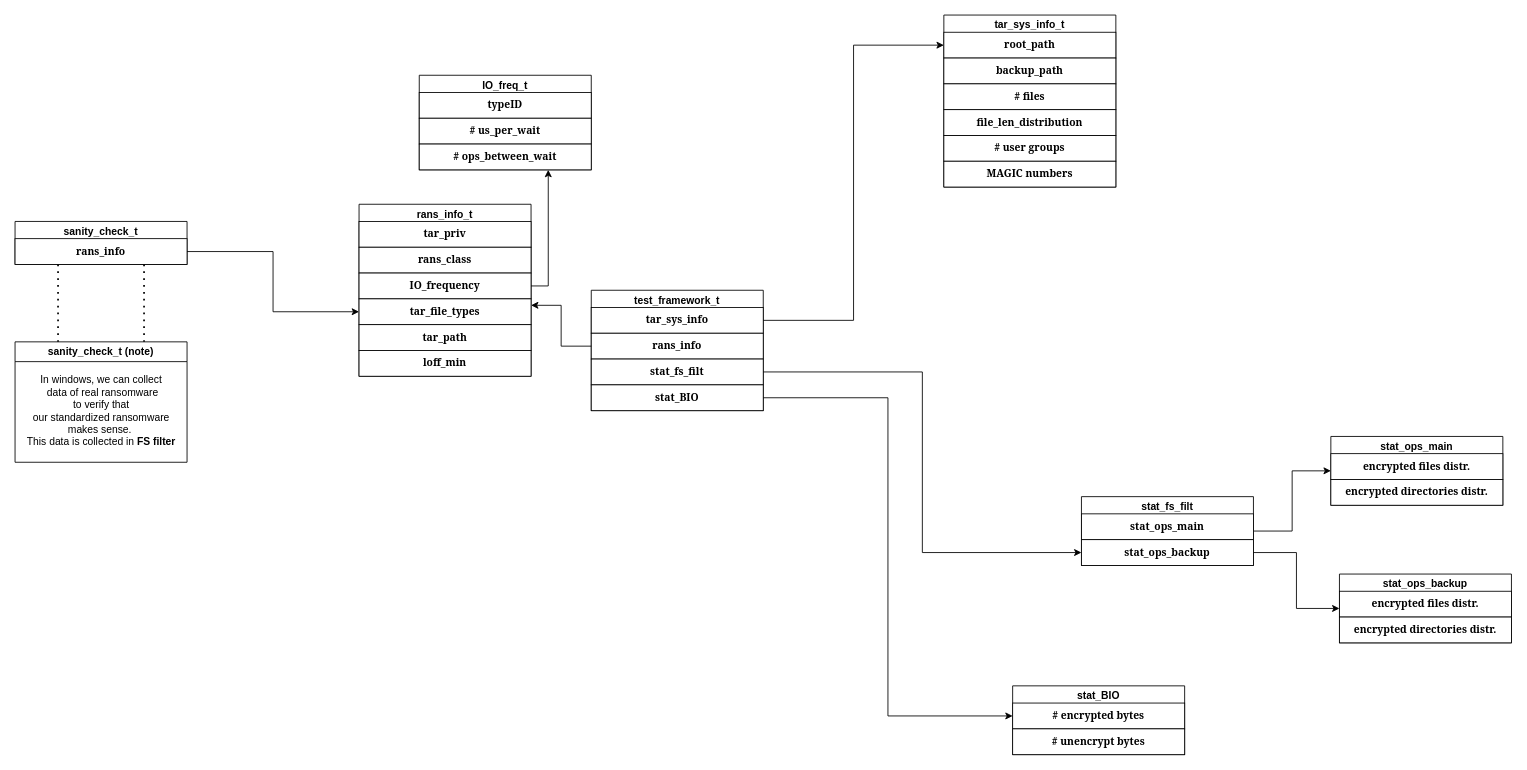
The draw.io diagram imgs/data structure.drawio in MooMooHorse/ransomware_set, before the edit. Source tidied: cells renumbered, new cells numbered last; positions are measured from the earlier drawing's top-left corner, leaving out a move shared by most shapes. Both pictures are drawn from the tidied source at 86%, with x=0, y=0 at pixel (15, 15).
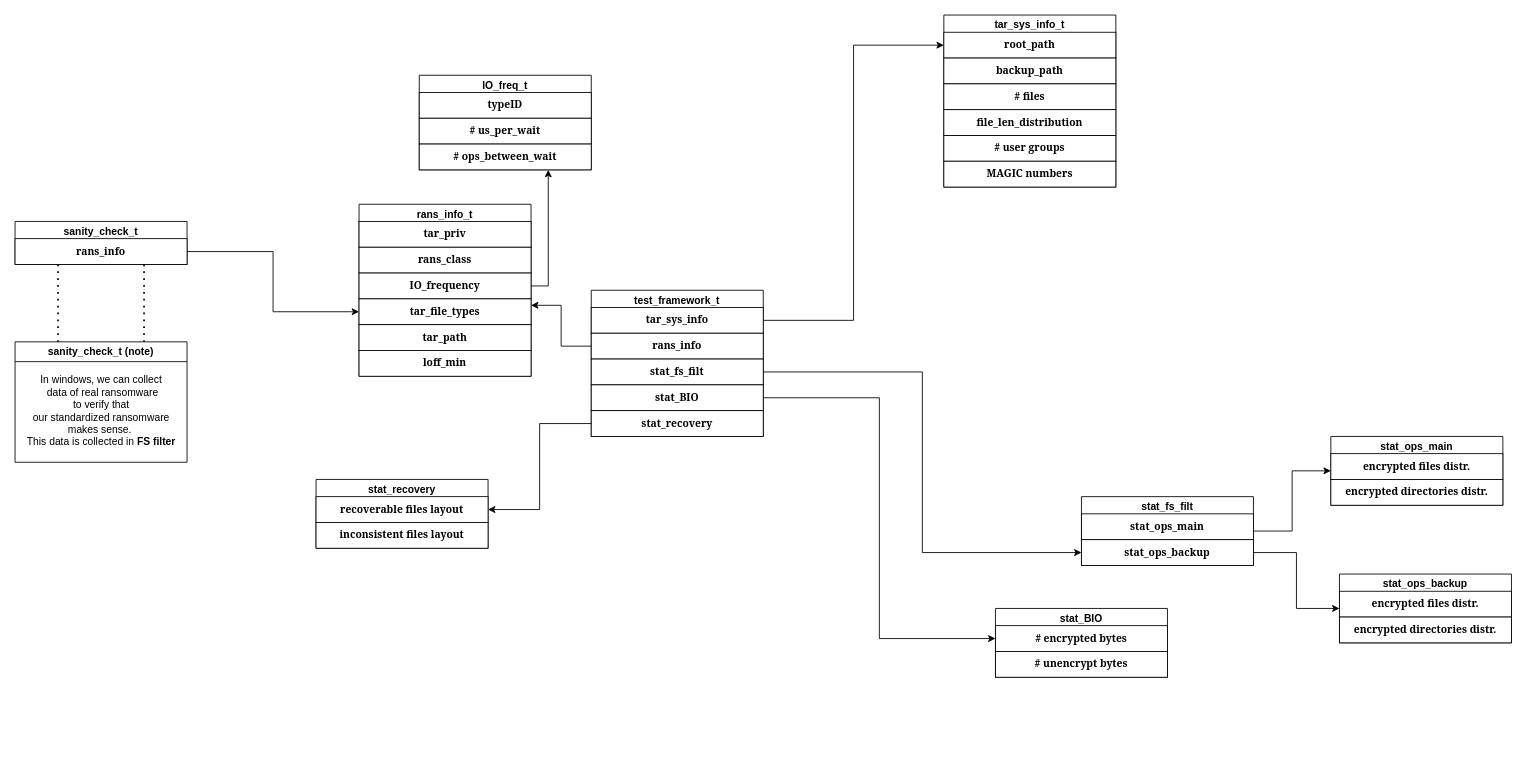
Above is the later version.

What changed in the source:
```diff
@@
     <mxCell id="2" value="test_framework_t" style="swimlane;whiteSpace=wrap;html=1;" parent="1" vertex="1">
-      <mxGeometry x="670" y="320" width="200" height="140" as="geometry" />
+      <mxGeometry x="670" y="320" width="200" height="170" as="geometry" />
     </mxCell>
@@
+    <mxCell id="51" value="&lt;font face=&quot;Georgia&quot;&gt;&lt;b&gt;stat_recovery&lt;/b&gt;&lt;/font&gt;" style="whiteSpace=wrap;html=1;" parent="2" vertex="1">
+      <mxGeometry y="140" width="200" height="30" as="geometry" />
+    </mxCell>
@@
     <mxCell id="26" value="stat_BIO" style="swimlane;whiteSpace=wrap;html=1;startSize=23;" parent="1" vertex="1">
-      <mxGeometry x="1160" y="780" width="200" height="80" as="geometry" />
+      <mxGeometry x="1140" y="690" width="200" height="80" as="geometry" />
     </mxCell>
@@
+    <mxCell id="52" value="stat_recovery" style="swimlane;whiteSpace=wrap;html=1;startSize=23;" parent="1" vertex="1">
+      <mxGeometry x="350" y="540" width="200" height="80" as="geometry" />
+    </mxCell>
+    <mxCell id="53" value="&lt;font face=&quot;Georgia&quot;&gt;&lt;b&gt;recoverable files layout&lt;/b&gt;&lt;/font&gt;" style="whiteSpace=wrap;html=1;" parent="52" vertex="1">
+      <mxGeometry y="20" width="200" height="30" as="geometry" />
+    </mxCell>
+    <mxCell id="54" value="&lt;font face=&quot;Georgia&quot;&gt;&lt;b&gt;inconsistent files layout&lt;/b&gt;&lt;/font&gt;" style="whiteSpace=wrap;html=1;" parent="52" vertex="1">
+      <mxGeometry y="50" width="200" height="30" as="geometry" />
+    </mxCell>
+    <mxCell id="55" style="edgeStyle=orthogonalEdgeStyle;rounded=0;jettySize=auto;html=1;exitX=0;exitY=0.5;exitDx=0;exitDy=0;entryX=1;entryY=0.5;entryDx=0;entryDy=0;" parent="1" edge="1" source="51" target="53">
+      <mxGeometry relative="1" as="geometry" />
+    </mxCell>
```
